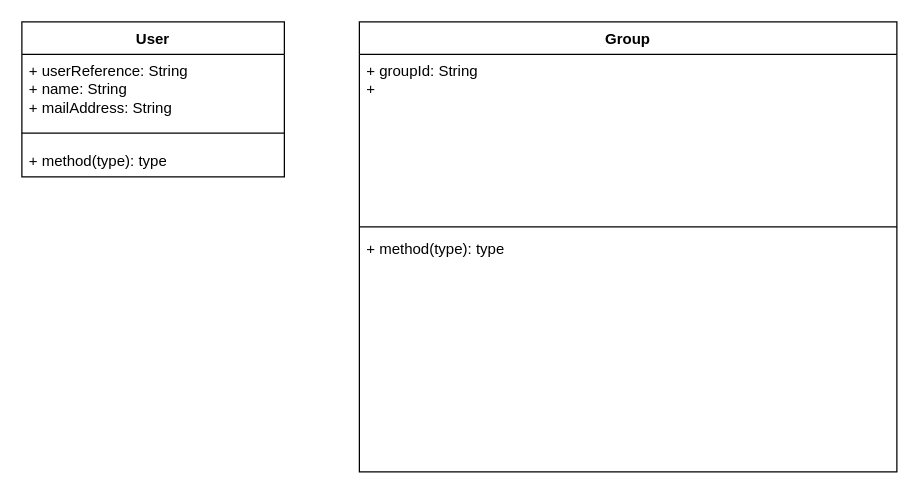
Before: FroMeDomain.drawio in MartinFrom/mafroTools-documentation, a draw.io diagram. Source tidied: cells renumbered, new cells numbered last; positions are measured from the earlier drawing's top-left corner, leaving out a move shared by most shapes. Both pictures are drawn from the tidied source at 125%, with x=0, y=0 at pixel (21, 21).
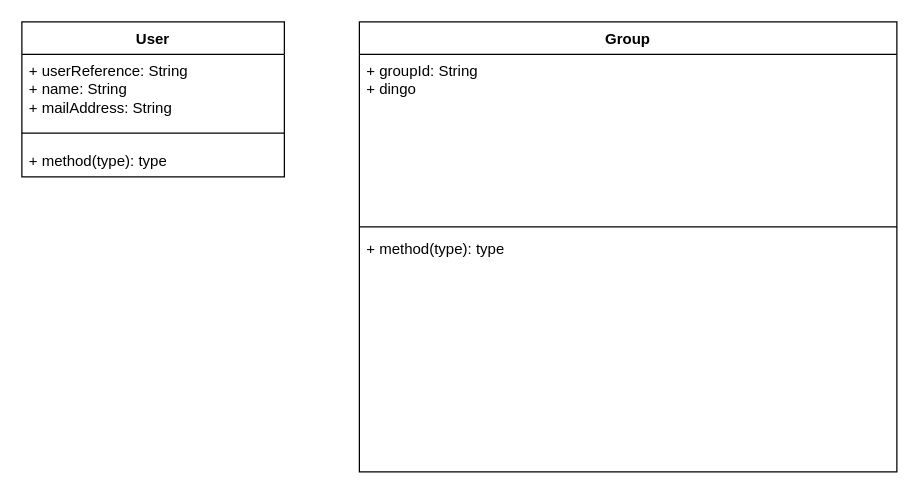
Above is the later version.

Change to the diagram source:
```diff
@@
 <mxGraphModel>
   <root>
     <mxCell id="0" />
     <mxCell id="1" parent="0" />
     <mxCell id="2" value="User" style="swimlane;fontStyle=1;align=center;verticalAlign=top;horizontal=1;startSize=26;whiteSpace=wrap;html=1;" parent="1" vertex="1">
       <mxGeometry width="210" height="124" as="geometry" />
     </mxCell>
     <mxCell id="3" value="+ userReference: String&lt;span style=&quot;background-color: transparent; color: light-dark(rgb(0, 0, 0), rgb(255, 255, 255)); white-space: pre;&quot;&gt;&#9;&lt;/span&gt;&lt;div&gt;+ name: String&lt;/div&gt;&lt;div&gt;+ mailAddress: String&lt;/div&gt;" style="text;strokeColor=none;fillColor=none;align=left;verticalAlign=top;spacingLeft=4;spacingRight=4;overflow=hidden;whiteSpace=wrap;html=1;" parent="2" vertex="1">
       <mxGeometry y="26" width="210" height="54" as="geometry" />
     </mxCell>
     <mxCell id="4" style="line;strokeWidth=1;fillColor=none;align=left;verticalAlign=middle;spacingTop=-1;spacingLeft=3;spacingRight=3;labelPosition=right;strokeColor=inherit;" parent="2" vertex="1">
       <mxGeometry y="80" width="210" height="18" as="geometry" />
     </mxCell>
     <mxCell id="5" value="+ method(type): type" style="text;strokeColor=none;fillColor=none;align=left;verticalAlign=top;spacingLeft=4;spacingRight=4;overflow=hidden;whiteSpace=wrap;html=1;" parent="2" vertex="1">
       <mxGeometry y="98" width="210" height="26" as="geometry" />
     </mxCell>
     <mxCell id="6" value="Group" style="swimlane;fontStyle=1;align=center;verticalAlign=top;horizontal=1;startSize=26;whiteSpace=wrap;html=1;" parent="1" vertex="1">
       <mxGeometry x="270" width="430" height="360" as="geometry" />
     </mxCell>
-    <mxCell id="7" value="+ groupId: String&lt;div&gt;+&amp;nbsp;&lt;/div&gt;" style="text;strokeColor=none;fillColor=none;align=left;verticalAlign=top;spacingLeft=4;spacingRight=4;overflow=hidden;whiteSpace=wrap;html=1;" parent="6" vertex="1">
+    <mxCell id="7" value="+ groupId: String&lt;div&gt;+ dingo&lt;/div&gt;" style="text;strokeColor=none;fillColor=none;align=left;verticalAlign=top;spacingLeft=4;spacingRight=4;overflow=hidden;whiteSpace=wrap;html=1;" parent="6" vertex="1">
       <mxGeometry y="26" width="430" height="134" as="geometry" />
     </mxCell>
     <mxCell id="8" style="line;strokeWidth=1;fillColor=none;align=left;verticalAlign=middle;spacingTop=-1;spacingLeft=3;spacingRight=3;labelPosition=right;strokeColor=inherit;" parent="6" vertex="1">
       <mxGeometry y="160" width="430" height="8" as="geometry" />
     </mxCell>
     <mxCell id="9" value="+ method(type): type" style="text;strokeColor=none;fillColor=none;align=left;verticalAlign=top;spacingLeft=4;spacingRight=4;overflow=hidden;whiteSpace=wrap;html=1;" parent="6" vertex="1">
       <mxGeometry y="168" width="430" height="192" as="geometry" />
     </mxCell>
   </root>
 </mxGraphModel>
```
